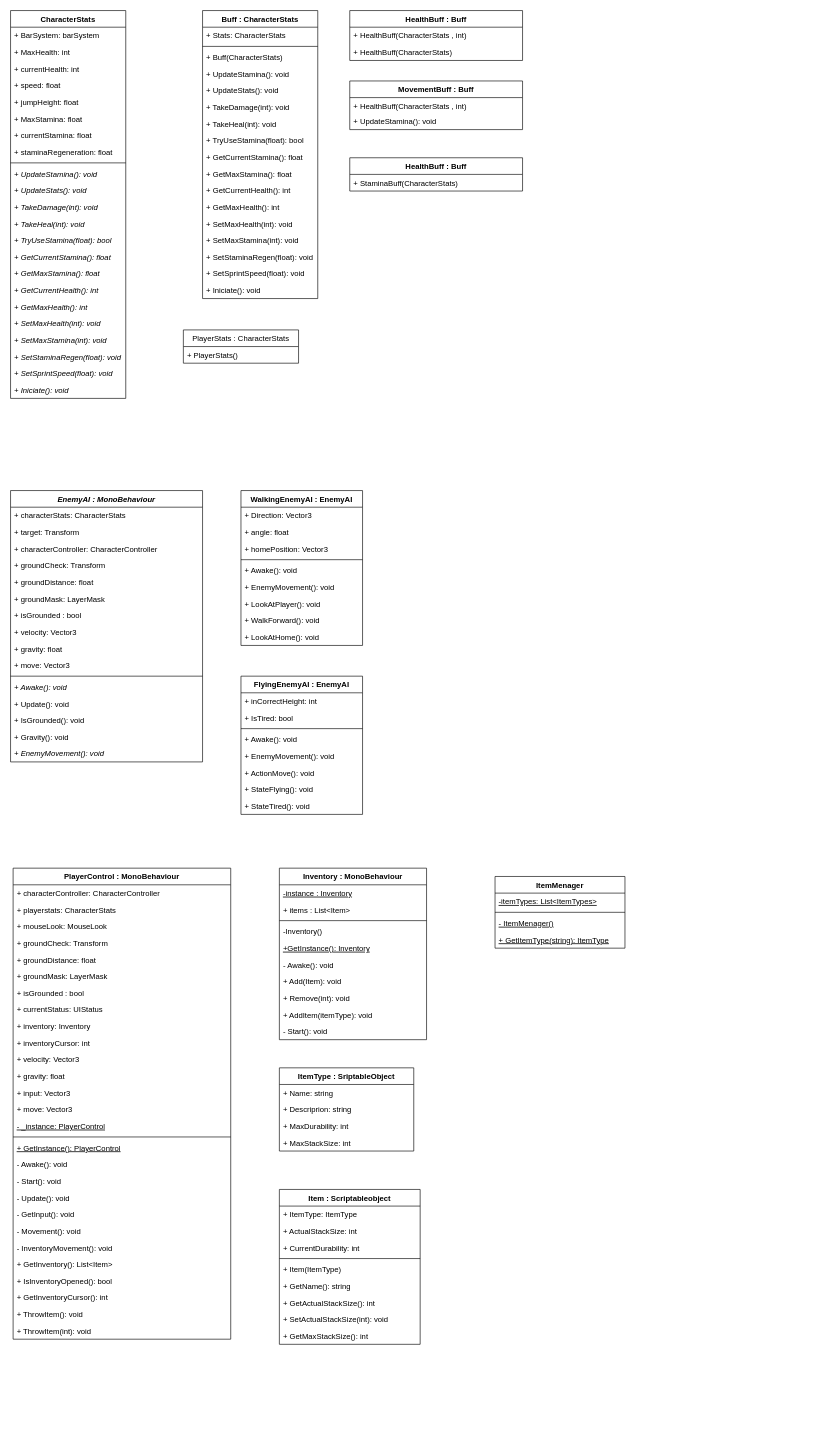
This is Untitled Diagram.drawio from VizorTank/BestPapersEver, a draw.io file, before an edit. Source tidied: cells renumbered, new cells numbered last; positions are measured from the earlier drawing's top-left corner, leaving out a move shared by most shapes. Both pictures are drawn from the tidied source at 64%, with x=0, y=0 at pixel (10, 10).
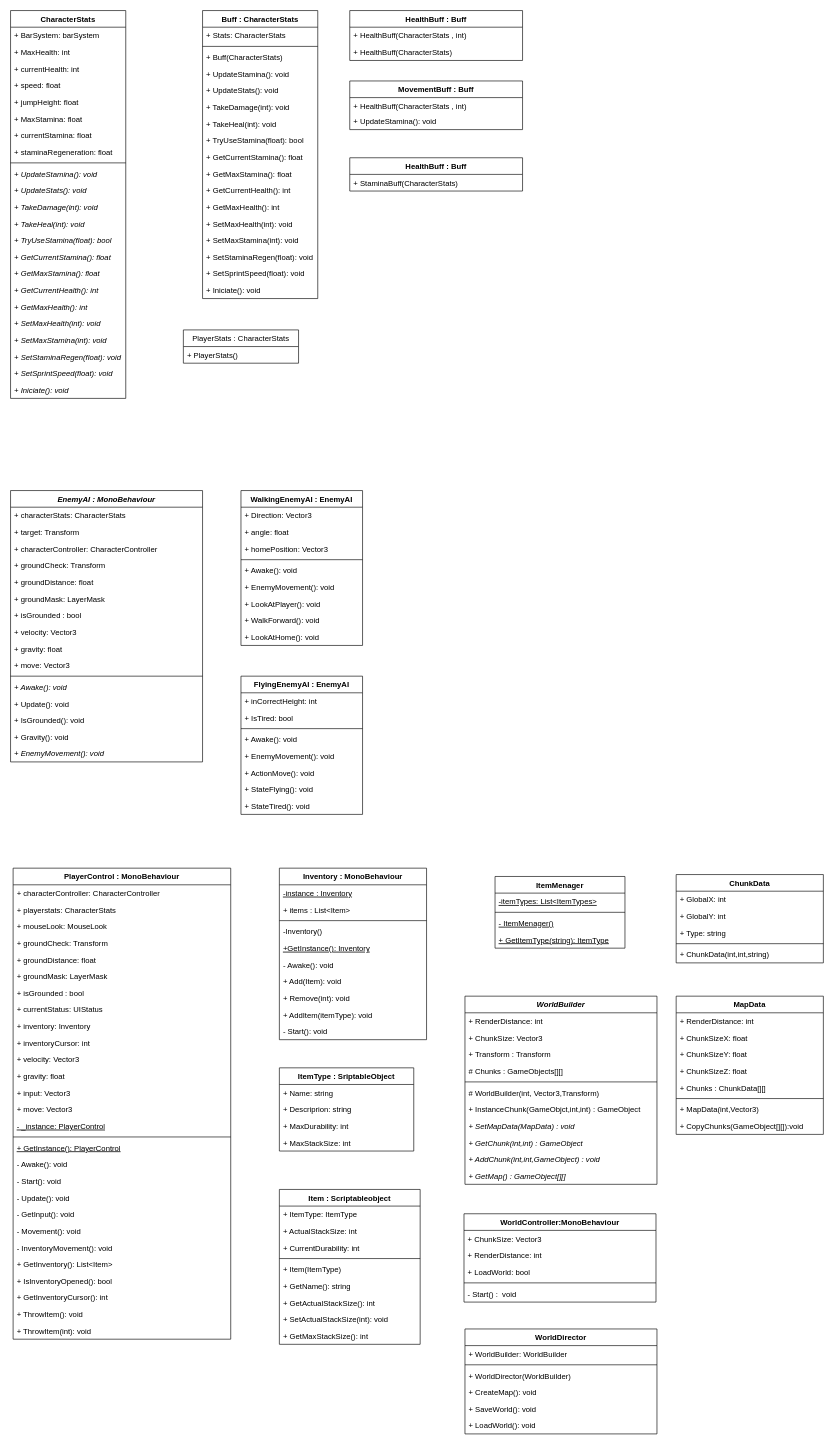
Above is the later version.

Change to the diagram source:
```diff
@@
+    <mxCell id="150" value="ChunkData" style="swimlane;fontStyle=1;align=center;verticalAlign=top;horizontal=1;startSize=26;" parent="1" vertex="1">
+      <mxGeometry x="1040" y="1350" width="230" height="138" as="geometry" />
+    </mxCell>
+    <mxCell id="151" value="+ GlobalX: int" style="text;strokeColor=none;fillColor=none;align=left;verticalAlign=top;spacingLeft=4;spacingRight=4;overflow=hidden;" parent="150" vertex="1">
+      <mxGeometry y="26" width="230" height="26" as="geometry" />
+    </mxCell>
+    <mxCell id="152" value="+ GlobalY: int" style="text;strokeColor=none;fillColor=none;align=left;verticalAlign=top;spacingLeft=4;spacingRight=4;overflow=hidden;" parent="150" vertex="1">
+      <mxGeometry y="52" width="230" height="26" as="geometry" />
+    </mxCell>
+    <mxCell id="153" value="+ Type: string" style="text;strokeColor=none;fillColor=none;align=left;verticalAlign=top;spacingLeft=4;spacingRight=4;overflow=hidden;" parent="150" vertex="1">
+      <mxGeometry y="78" width="230" height="26" as="geometry" />
+    </mxCell>
+    <mxCell id="154" style="line;strokeWidth=1;fillColor=none;align=left;verticalAlign=middle;spacingTop=-1;spacingLeft=3;spacingRight=3;labelPosition=right;" parent="150" vertex="1">
+      <mxGeometry y="104" width="230" height="8" as="geometry" />
+    </mxCell>
+    <mxCell id="155" value="+ ChunkData(int,int,string)" style="text;strokeColor=none;fillColor=none;align=left;verticalAlign=top;spacingLeft=4;spacingRight=4;overflow=hidden;" parent="150" vertex="1">
+      <mxGeometry y="112" width="230" height="26" as="geometry" />
+    </mxCell>
+    <mxCell id="156" value="MapData" style="swimlane;fontStyle=1;align=center;verticalAlign=top;horizontal=1;startSize=26;" parent="1" vertex="1">
+      <mxGeometry x="1040" y="1540" width="230" height="216" as="geometry" />
+    </mxCell>
+    <mxCell id="157" value="+ RenderDistance: int" style="text;strokeColor=none;fillColor=none;align=left;verticalAlign=top;spacingLeft=4;spacingRight=4;overflow=hidden;" parent="156" vertex="1">
+      <mxGeometry y="26" width="230" height="26" as="geometry" />
+    </mxCell>
+    <mxCell id="158" value="+ ChunkSizeX: float" style="text;strokeColor=none;fillColor=none;align=left;verticalAlign=top;spacingLeft=4;spacingRight=4;overflow=hidden;" parent="156" vertex="1">
+      <mxGeometry y="52" width="230" height="26" as="geometry" />
+    </mxCell>
+    <mxCell id="159" value="+ ChunkSizeY: float" style="text;strokeColor=none;fillColor=none;align=left;verticalAlign=top;spacingLeft=4;spacingRight=4;overflow=hidden;" parent="156" vertex="1">
+      <mxGeometry y="78" width="230" height="26" as="geometry" />
+    </mxCell>
+    <mxCell id="160" value="+ ChunkSizeZ: float" style="text;strokeColor=none;fillColor=none;align=left;verticalAlign=top;spacingLeft=4;spacingRight=4;overflow=hidden;" parent="156" vertex="1">
+      <mxGeometry y="104" width="230" height="26" as="geometry" />
+    </mxCell>
+    <mxCell id="161" value="+ Chunks : ChunkData[][]" style="text;strokeColor=none;fillColor=none;align=left;verticalAlign=top;spacingLeft=4;spacingRight=4;overflow=hidden;" parent="156" vertex="1">
+      <mxGeometry y="130" width="230" height="26" as="geometry" />
+    </mxCell>
+    <mxCell id="162" style="line;strokeWidth=1;fillColor=none;align=left;verticalAlign=middle;spacingTop=-1;spacingLeft=3;spacingRight=3;labelPosition=right;" parent="156" vertex="1">
+      <mxGeometry y="156" width="230" height="8" as="geometry" />
+    </mxCell>
+    <mxCell id="163" value="+ MapData(int,Vector3)" style="text;strokeColor=none;fillColor=none;align=left;verticalAlign=top;spacingLeft=4;spacingRight=4;overflow=hidden;" parent="156" vertex="1">
+      <mxGeometry y="164" width="230" height="26" as="geometry" />
+    </mxCell>
+    <mxCell id="164" value="+ CopyChunks(GameObject[][]):void" style="text;strokeColor=none;fillColor=none;align=left;verticalAlign=top;spacingLeft=4;spacingRight=4;overflow=hidden;" parent="156" vertex="1">
+      <mxGeometry y="190" width="230" height="26" as="geometry" />
+    </mxCell>
+    <mxCell id="165" value="WorldBuilder" style="swimlane;fontStyle=3;align=center;verticalAlign=top;horizontal=1;startSize=26;" parent="1" vertex="1">
+      <mxGeometry x="710" y="1540" width="300" height="294" as="geometry" />
+    </mxCell>
+    <mxCell id="166" value="+ RenderDistance: int" style="text;strokeColor=none;fillColor=none;align=left;verticalAlign=top;spacingLeft=4;spacingRight=4;overflow=hidden;" parent="165" vertex="1">
+      <mxGeometry y="26" width="300" height="26" as="geometry" />
+    </mxCell>
+    <mxCell id="167" value="+ ChunkSize: Vector3" style="text;strokeColor=none;fillColor=none;align=left;verticalAlign=top;spacingLeft=4;spacingRight=4;overflow=hidden;" parent="165" vertex="1">
+      <mxGeometry y="52" width="300" height="26" as="geometry" />
+    </mxCell>
+    <mxCell id="168" value="+ Transform : Transform" style="text;strokeColor=none;fillColor=none;align=left;verticalAlign=top;spacingLeft=4;spacingRight=4;overflow=hidden;" parent="165" vertex="1">
+      <mxGeometry y="78" width="300" height="26" as="geometry" />
+    </mxCell>
+    <mxCell id="169" value="# Chunks : GameObjects[][]" style="text;strokeColor=none;fillColor=none;align=left;verticalAlign=top;spacingLeft=4;spacingRight=4;overflow=hidden;" parent="165" vertex="1">
+      <mxGeometry y="104" width="300" height="26" as="geometry" />
+    </mxCell>
+    <mxCell id="170" style="line;strokeWidth=1;fillColor=none;align=left;verticalAlign=middle;spacingTop=-1;spacingLeft=3;spacingRight=3;labelPosition=right;" parent="165" vertex="1">
+      <mxGeometry y="130" width="300" height="8" as="geometry" />
+    </mxCell>
+    <mxCell id="171" value="# WorldBuilder(int, Vector3,Transform)" style="text;strokeColor=none;fillColor=none;align=left;verticalAlign=top;spacingLeft=4;spacingRight=4;overflow=hidden;" parent="165" vertex="1">
+      <mxGeometry y="138" width="300" height="26" as="geometry" />
+    </mxCell>
+    <mxCell id="172" value="+ InstanceChunk(GameObjct,int,int) : GameObject" style="text;strokeColor=none;fillColor=none;align=left;verticalAlign=top;spacingLeft=4;spacingRight=4;overflow=hidden;" parent="165" vertex="1">
+      <mxGeometry y="164" width="300" height="26" as="geometry" />
+    </mxCell>
+    <mxCell id="173" value="+ SetMapData(MapData) : void" style="text;strokeColor=none;fillColor=none;align=left;verticalAlign=top;spacingLeft=4;spacingRight=4;overflow=hidden;fontStyle=2;" parent="165" vertex="1">
+      <mxGeometry y="190" width="300" height="26" as="geometry" />
+    </mxCell>
+    <mxCell id="174" value="+ GetChunk(int,int) : GameObject" style="text;strokeColor=none;fillColor=none;align=left;verticalAlign=top;spacingLeft=4;spacingRight=4;overflow=hidden;fontStyle=2;" parent="165" vertex="1">
+      <mxGeometry y="216" width="300" height="26" as="geometry" />
+    </mxCell>
+    <mxCell id="175" value="+ AddChunk(int,int,GameObject) : void" style="text;strokeColor=none;fillColor=none;align=left;verticalAlign=top;spacingLeft=4;spacingRight=4;overflow=hidden;fontStyle=2;" parent="165" vertex="1">
+      <mxGeometry y="242" width="300" height="26" as="geometry" />
+    </mxCell>
+    <mxCell id="176" value="+ GetMap() : GameObject[][]" style="text;strokeColor=none;fillColor=none;align=left;verticalAlign=top;spacingLeft=4;spacingRight=4;overflow=hidden;fontStyle=2;" parent="165" vertex="1">
+      <mxGeometry y="268" width="300" height="26" as="geometry" />
+    </mxCell>
+    <mxCell id="177" value="WorldController:MonoBehaviour" style="swimlane;fontStyle=1;align=center;verticalAlign=top;horizontal=1;startSize=26;" parent="1" vertex="1">
+      <mxGeometry x="708.5" y="1880" width="300" height="138" as="geometry" />
+    </mxCell>
+    <mxCell id="178" value="+ ChunkSize: Vector3" style="text;strokeColor=none;fillColor=none;align=left;verticalAlign=top;spacingLeft=4;spacingRight=4;overflow=hidden;" parent="177" vertex="1">
+      <mxGeometry y="26" width="300" height="26" as="geometry" />
+    </mxCell>
+    <mxCell id="179" value="+ RenderDistance: int" style="text;strokeColor=none;fillColor=none;align=left;verticalAlign=top;spacingLeft=4;spacingRight=4;overflow=hidden;" parent="177" vertex="1">
+      <mxGeometry y="52" width="300" height="26" as="geometry" />
+    </mxCell>
+    <mxCell id="180" value="+ LoadWorld: bool" style="text;strokeColor=none;fillColor=none;align=left;verticalAlign=top;spacingLeft=4;spacingRight=4;overflow=hidden;" parent="177" vertex="1">
+      <mxGeometry y="78" width="300" height="26" as="geometry" />
+    </mxCell>
+    <mxCell id="181" style="line;strokeWidth=1;fillColor=none;align=left;verticalAlign=middle;spacingTop=-1;spacingLeft=3;spacingRight=3;labelPosition=right;" parent="177" vertex="1">
+      <mxGeometry y="104" width="300" height="8" as="geometry" />
+    </mxCell>
+    <mxCell id="182" value="- Start() :  void" style="text;strokeColor=none;fillColor=none;align=left;verticalAlign=top;spacingLeft=4;spacingRight=4;overflow=hidden;fontStyle=0;" parent="177" vertex="1">
+      <mxGeometry y="112" width="300" height="26" as="geometry" />
+    </mxCell>
+    <mxCell id="183" value="WorldDirector" style="swimlane;fontStyle=1;align=center;verticalAlign=top;horizontal=1;startSize=26;" parent="1" vertex="1">
+      <mxGeometry x="710" y="2060" width="300" height="164" as="geometry" />
+    </mxCell>
+    <mxCell id="184" value="+ WorldBuilder: WorldBuilder" style="text;strokeColor=none;fillColor=none;align=left;verticalAlign=top;spacingLeft=4;spacingRight=4;overflow=hidden;" parent="183" vertex="1">
+      <mxGeometry y="26" width="300" height="26" as="geometry" />
+    </mxCell>
+    <mxCell id="185" style="line;strokeWidth=1;fillColor=none;align=left;verticalAlign=middle;spacingTop=-1;spacingLeft=3;spacingRight=3;labelPosition=right;" parent="183" vertex="1">
+      <mxGeometry y="52" width="300" height="8" as="geometry" />
+    </mxCell>
+    <mxCell id="186" value="+ WorldDirector(WorldBuilder)" style="text;strokeColor=none;fillColor=none;align=left;verticalAlign=top;spacingLeft=4;spacingRight=4;overflow=hidden;fontStyle=0;" parent="183" vertex="1">
+      <mxGeometry y="60" width="300" height="26" as="geometry" />
+    </mxCell>
+    <mxCell id="187" value="+ CreateMap(): void" style="text;strokeColor=none;fillColor=none;align=left;verticalAlign=top;spacingLeft=4;spacingRight=4;overflow=hidden;fontStyle=0;" parent="183" vertex="1">
+      <mxGeometry y="86" width="300" height="26" as="geometry" />
+    </mxCell>
+    <mxCell id="188" value="+ SaveWorld(): void" style="text;strokeColor=none;fillColor=none;align=left;verticalAlign=top;spacingLeft=4;spacingRight=4;overflow=hidden;fontStyle=0;" parent="183" vertex="1">
+      <mxGeometry y="112" width="300" height="26" as="geometry" />
+    </mxCell>
+    <mxCell id="189" value="+ LoadWorld(): void" style="text;strokeColor=none;fillColor=none;align=left;verticalAlign=top;spacingLeft=4;spacingRight=4;overflow=hidden;fontStyle=0;" parent="183" vertex="1">
+      <mxGeometry y="138" width="300" height="26" as="geometry" />
+    </mxCell>
```
